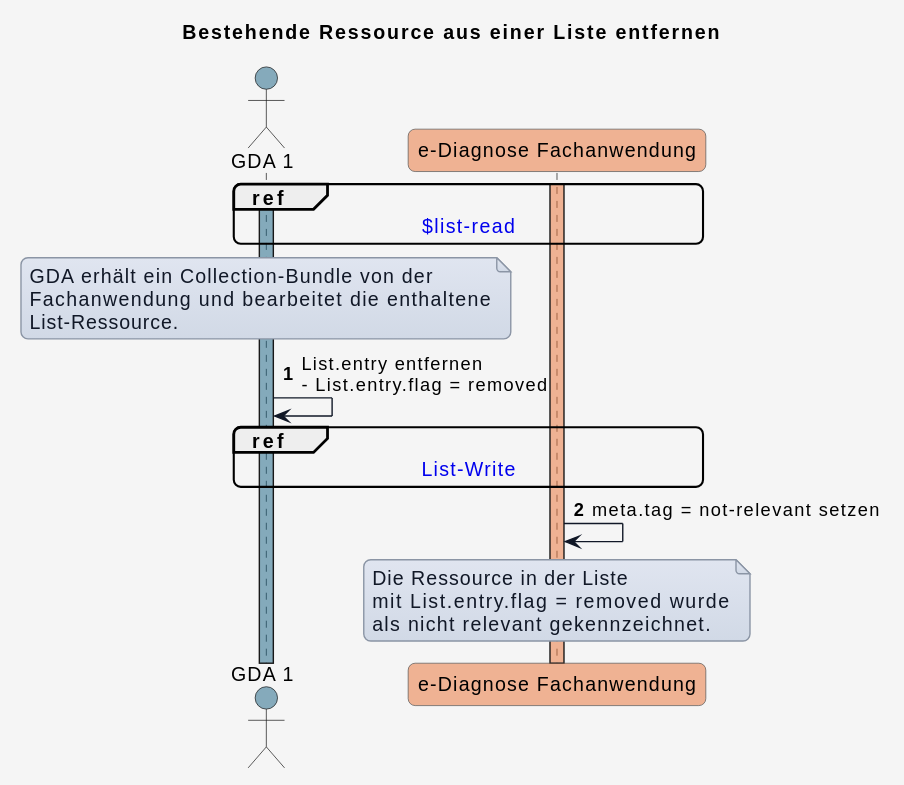
Above: input/images/plantuml/02_6.svg in HL7Austria/ELGA-e-Diagnose-R4 (PlantUML), before the change.
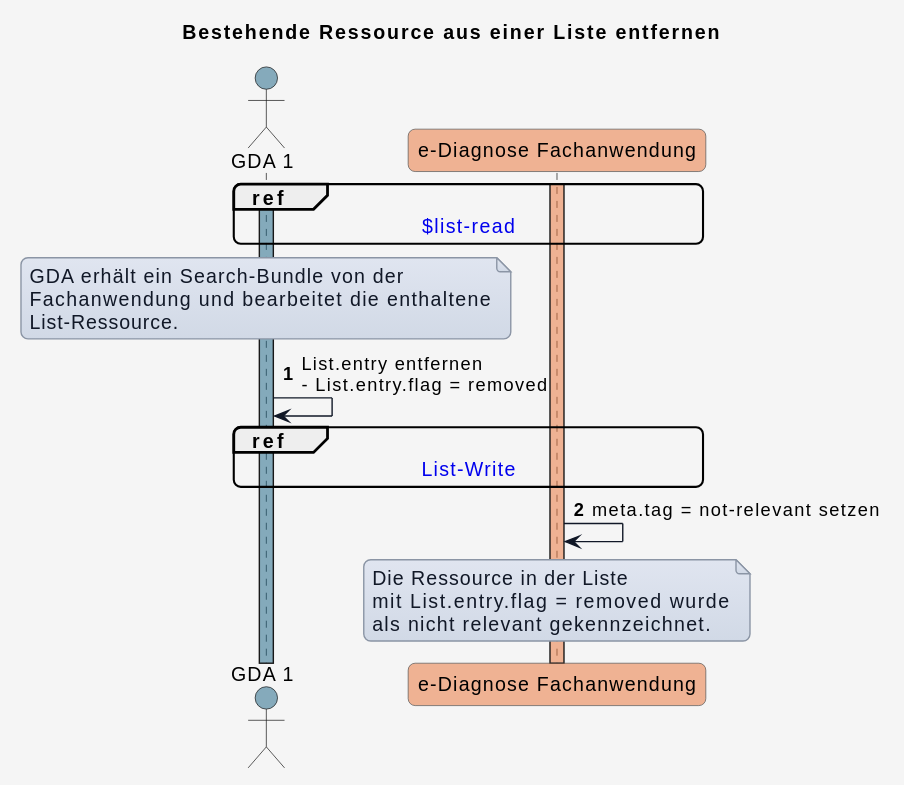
The same file after the commit.

Commit message:
update serach-bundle

Change to the diagram source:
```diff
@@ -58,7 +58,7 @@
 ref over GDA_1, eDiag_FA : [[uc_ediag_06_int_list.html#$list-read $list-read]]
 
 note over GDA_1
-  GDA erhält ein Collection-Bundle von der
+  GDA erhält ein Search-Bundle von der
   Fachanwendung und bearbeitet die enthaltene
   List-Ressource.
 end note
```
